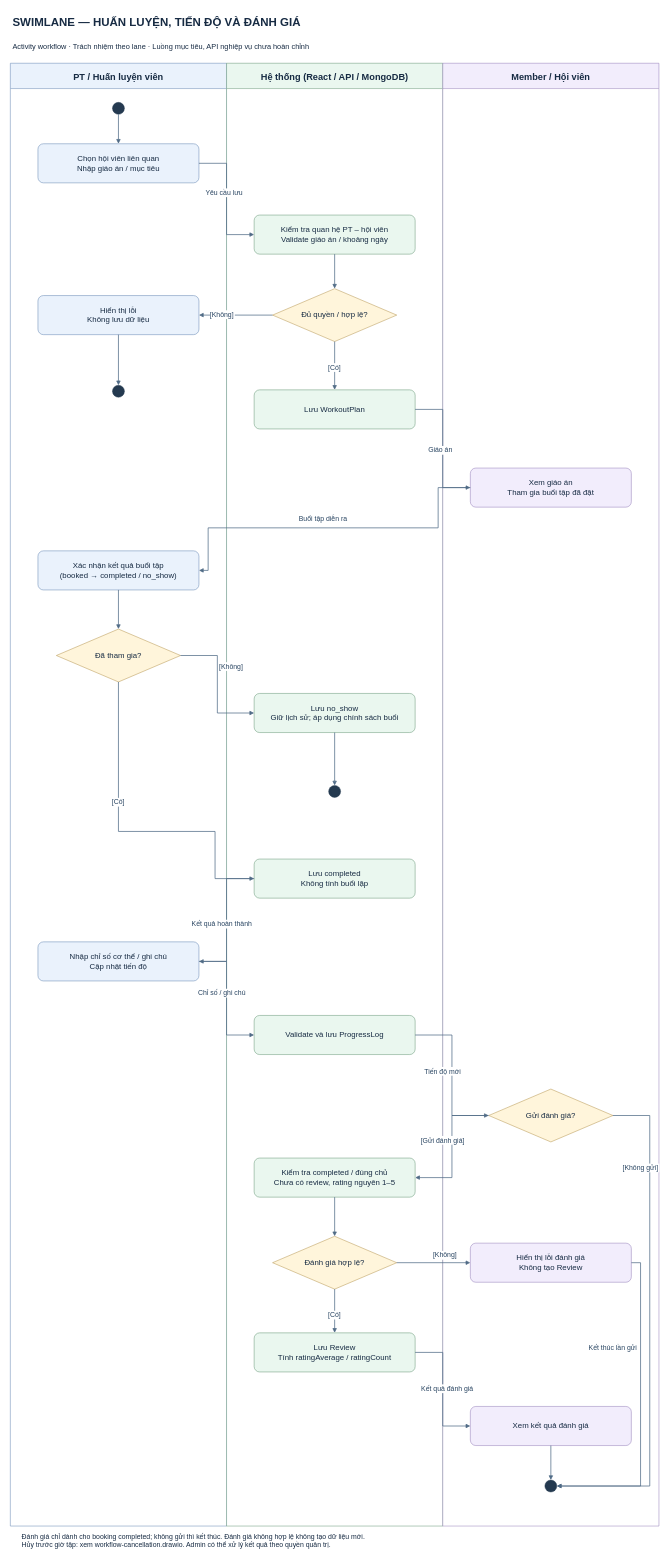
Above: docs/diagram/workflow-training.drawio in Huy-Haru/ProjectSDN (draw.io), before the change. Source tidied: cells renumbered, new cells numbered last; positions are measured from the earlier drawing's top-left corner, leaving out a move shared by most shapes. Both pictures are drawn from the tidied source at 46%, with x=0, y=0 at pixel (8, 8).
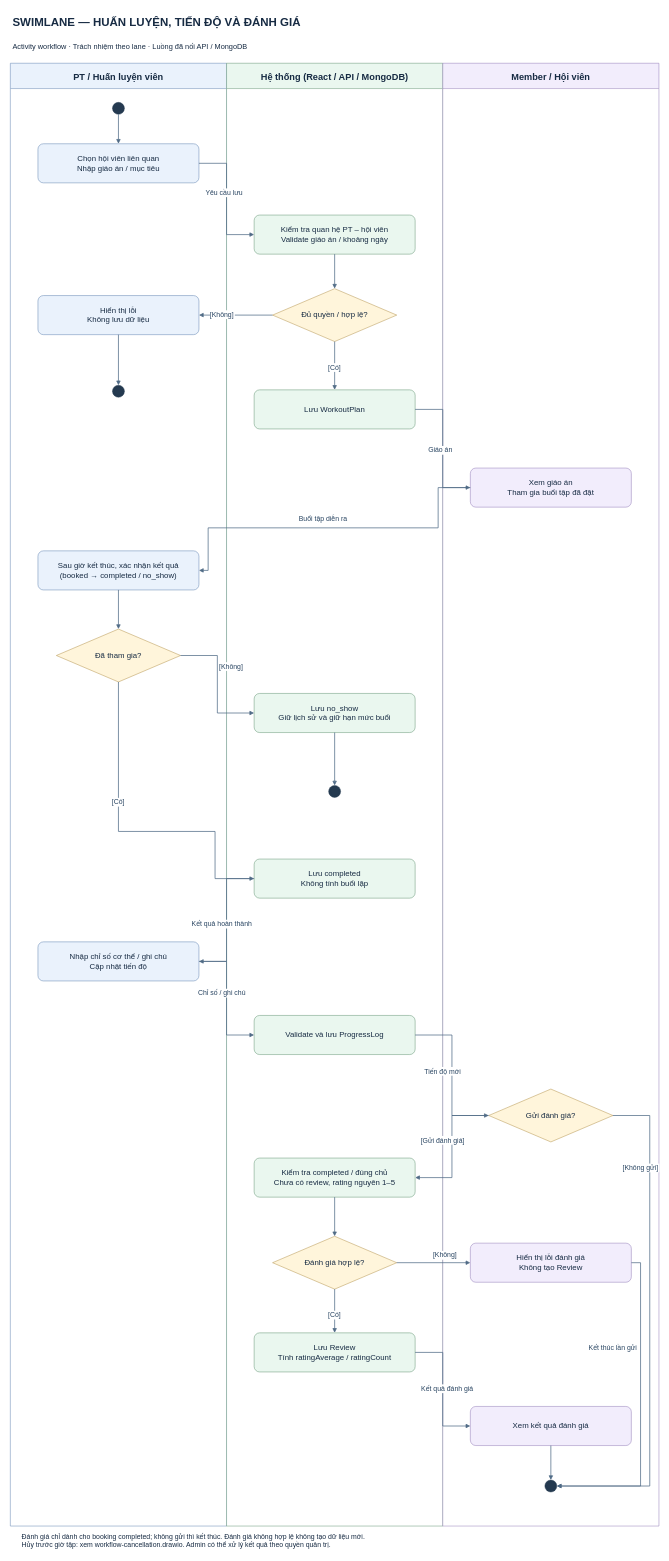
The same diagram, later.

The change refers to these unchanged cells:
```xml
<mxCell id="4" value="PT / Huấn luyện viên" style="html=0;whiteSpace=wrap;fontFamily=Arial;fontSize=17;fontColor=#172b43;strokeColor=#5479aa;fillColor=#eaf2fc;spacing=10;shape=swimlane;horizontal=1;startSize=55;swimlaneFillColor=#ffffff;fontStyle=1;fontSize=20;" parent="1" vertex="1">
  <mxGeometry x="5" y="120" width="470" height="3180" as="geometry" />
</mxCell>
<mxCell id="5" value="Hệ thống (React / API / MongoDB)" style="html=0;whiteSpace=wrap;fontFamily=Arial;fontSize=17;fontColor=#172b43;strokeColor=#568a69;fillColor=#eaf7ef;spacing=10;shape=swimlane;horizontal=1;startSize=55;swimlaneFillColor=#ffffff;fontStyle=1;fontSize=20;" parent="1" vertex="1">
  <mxGeometry x="475" y="120" width="470" height="3180" as="geometry" />
</mxCell>
```

The edit, as a diff of the source:
```diff
@@
-    <mxCell id="3" value="Activity workflow · Trách nhiệm theo lane · Luồng mục tiêu, API nghiệp vụ chưa hoàn chỉnh" style="html=0;whiteSpace=wrap;fontFamily=Arial;fontSize=16;fontColor=#172b43;strokeColor=#5479aa;fillColor=#eaf2fc;spacing=10;text;fillColor=none;strokeColor=none;align=left;verticalAlign=top;" parent="1" vertex="1">
+    <mxCell id="3" value="Activity workflow · Trách nhiệm theo lane · Luồng đã nối API / MongoDB" style="html=0;whiteSpace=wrap;fontFamily=Arial;fontSize=16;fontColor=#172b43;strokeColor=#5479aa;fillColor=#eaf2fc;spacing=10;text;fillColor=none;strokeColor=none;align=left;verticalAlign=top;" parent="1" vertex="1">
       <mxGeometry y="60" width="1420" height="45" as="geometry" />
     </mxCell>
@@
-    <mxCell id="15" value="Xác nhận kết quả buổi tập&#10;(booked → completed / no_show)" style="html=0;whiteSpace=wrap;fontFamily=Arial;fontSize=17;fontColor=#172b43;strokeColor=#5479aa;fillColor=#eaf2fc;spacing=10;rounded=1;arcSize=14;" parent="4" vertex="1">
+    <mxCell id="15" value="Sau giờ kết thúc, xác nhận kết quả&#10;(booked → completed / no_show)" style="html=0;whiteSpace=wrap;fontFamily=Arial;fontSize=17;fontColor=#172b43;strokeColor=#5479aa;fillColor=#eaf2fc;spacing=10;rounded=1;arcSize=14;" parent="4" vertex="1">
       <mxGeometry x="60" y="1060" width="350" height="85" as="geometry" />
     </mxCell>
@@
-    <mxCell id="17" value="Lưu no_show&#10;Giữ lịch sử; áp dụng chính sách buổi" style="html=0;whiteSpace=wrap;fontFamily=Arial;fontSize=17;fontColor=#172b43;strokeColor=#568a69;fillColor=#eaf7ef;spacing=10;rounded=1;arcSize=14;" parent="5" vertex="1">
+    <mxCell id="17" value="Lưu no_show&#10;Giữ lịch sử và giữ hạn mức buổi" style="html=0;whiteSpace=wrap;fontFamily=Arial;fontSize=17;fontColor=#172b43;strokeColor=#568a69;fillColor=#eaf7ef;spacing=10;rounded=1;arcSize=14;" parent="5" vertex="1">
       <mxGeometry x="60" y="1370" width="350" height="85" as="geometry" />
     </mxCell>
```
